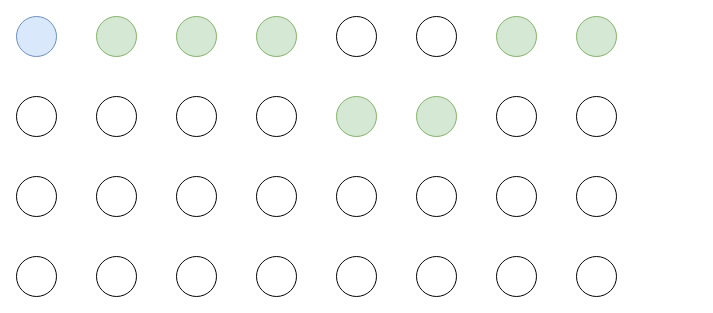
The draw.io diagram dag.drawio in asonnino/various-diagrams, before the edit. Source tidied: cells renumbered, new cells numbered last; positions are measured from the earlier drawing's top-left corner, leaving out a move shared by most shapes. Both pictures are drawn from the tidied source at 100%, with x=0, y=0 at pixel (16, 16).
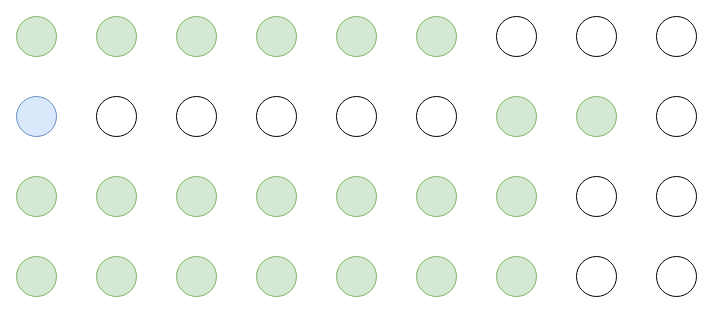
After the change.

Diff of the diagram source:
```diff
@@
-    <mxCell id="2" style="ellipse;whiteSpace=wrap;html=1;fillColor=#dae8fc;strokeColor=#6c8ebf;" parent="1" vertex="1">
+    <mxCell id="2" style="ellipse;whiteSpace=wrap;html=1;fillColor=#d5e8d4;strokeColor=#82b366;" parent="1" vertex="1">
       <mxGeometry width="40" height="40" as="geometry" />
     </mxCell>
-    <mxCell id="3" style="ellipse;whiteSpace=wrap;html=1;" parent="1" vertex="1">
+    <mxCell id="3" style="ellipse;whiteSpace=wrap;html=1;fillColor=#dae8fc;strokeColor=#6c8ebf;" parent="1" vertex="1">
       <mxGeometry y="80" width="40" height="40" as="geometry" />
     </mxCell>
-    <mxCell id="4" style="ellipse;whiteSpace=wrap;html=1;" parent="1" vertex="1">
+    <mxCell id="4" style="ellipse;whiteSpace=wrap;html=1;fillColor=#d5e8d4;strokeColor=#82b366;" parent="1" vertex="1">
       <mxGeometry y="160" width="40" height="40" as="geometry" />
     </mxCell>
-    <mxCell id="5" style="ellipse;whiteSpace=wrap;html=1;" parent="1" vertex="1">
+    <mxCell id="5" style="ellipse;whiteSpace=wrap;html=1;fillColor=#d5e8d4;strokeColor=#82b366;" parent="1" vertex="1">
       <mxGeometry y="240" width="40" height="40" as="geometry" />
     </mxCell>
@@
-    <mxCell id="8" style="ellipse;whiteSpace=wrap;html=1;" parent="1" vertex="1">
+    <mxCell id="8" style="ellipse;whiteSpace=wrap;html=1;fillColor=#d5e8d4;strokeColor=#82b366;" parent="1" vertex="1">
       <mxGeometry x="80" y="160" width="40" height="40" as="geometry" />
     </mxCell>
-    <mxCell id="9" style="ellipse;whiteSpace=wrap;html=1;" parent="1" vertex="1">
+    <mxCell id="9" style="ellipse;whiteSpace=wrap;html=1;fillColor=#d5e8d4;strokeColor=#82b366;" parent="1" vertex="1">
       <mxGeometry x="80" y="240" width="40" height="40" as="geometry" />
     </mxCell>
@@
-    <mxCell id="12" style="ellipse;whiteSpace=wrap;html=1;" parent="1" vertex="1">
+    <mxCell id="12" style="ellipse;whiteSpace=wrap;html=1;fillColor=#d5e8d4;strokeColor=#82b366;" parent="1" vertex="1">
       <mxGeometry x="160" y="160" width="40" height="40" as="geometry" />
     </mxCell>
-    <mxCell id="13" style="ellipse;whiteSpace=wrap;html=1;" parent="1" vertex="1">
+    <mxCell id="13" style="ellipse;whiteSpace=wrap;html=1;fillColor=#d5e8d4;strokeColor=#82b366;" parent="1" vertex="1">
       <mxGeometry x="160" y="240" width="40" height="40" as="geometry" />
     </mxCell>
@@
-    <mxCell id="16" style="ellipse;whiteSpace=wrap;html=1;" parent="1" vertex="1">
+    <mxCell id="16" style="ellipse;whiteSpace=wrap;html=1;fillColor=#d5e8d4;strokeColor=#82b366;" parent="1" vertex="1">
       <mxGeometry x="240" y="160" width="40" height="40" as="geometry" />
     </mxCell>
-    <mxCell id="17" style="ellipse;whiteSpace=wrap;html=1;" parent="1" vertex="1">
+    <mxCell id="17" style="ellipse;whiteSpace=wrap;html=1;fillColor=#d5e8d4;strokeColor=#82b366;" parent="1" vertex="1">
       <mxGeometry x="240" y="240" width="40" height="40" as="geometry" />
     </mxCell>
-    <mxCell id="18" style="ellipse;whiteSpace=wrap;html=1;" parent="1" vertex="1">
+    <mxCell id="18" style="ellipse;whiteSpace=wrap;html=1;fillColor=#d5e8d4;strokeColor=#82b366;" parent="1" vertex="1">
       <mxGeometry x="320" width="40" height="40" as="geometry" />
     </mxCell>
-    <mxCell id="19" style="ellipse;whiteSpace=wrap;html=1;fillColor=#d5e8d4;strokeColor=#82b366;" parent="1" vertex="1">
+    <mxCell id="19" style="ellipse;whiteSpace=wrap;html=1;" parent="1" vertex="1">
       <mxGeometry x="320" y="80" width="40" height="40" as="geometry" />
     </mxCell>
-    <mxCell id="20" style="ellipse;whiteSpace=wrap;html=1;" parent="1" vertex="1">
+    <mxCell id="20" style="ellipse;whiteSpace=wrap;html=1;fillColor=#d5e8d4;strokeColor=#82b366;" parent="1" vertex="1">
       <mxGeometry x="320" y="160" width="40" height="40" as="geometry" />
     </mxCell>
-    <mxCell id="21" style="ellipse;whiteSpace=wrap;html=1;" parent="1" vertex="1">
+    <mxCell id="21" style="ellipse;whiteSpace=wrap;html=1;fillColor=#d5e8d4;strokeColor=#82b366;" parent="1" vertex="1">
       <mxGeometry x="320" y="240" width="40" height="40" as="geometry" />
     </mxCell>
-    <mxCell id="22" style="ellipse;whiteSpace=wrap;html=1;" parent="1" vertex="1">
+    <mxCell id="22" style="ellipse;whiteSpace=wrap;html=1;fillColor=#d5e8d4;strokeColor=#82b366;" parent="1" vertex="1">
       <mxGeometry x="400" width="40" height="40" as="geometry" />
     </mxCell>
-    <mxCell id="23" style="ellipse;whiteSpace=wrap;html=1;fillColor=#d5e8d4;strokeColor=#82b366;" parent="1" vertex="1">
+    <mxCell id="23" style="ellipse;whiteSpace=wrap;html=1;" parent="1" vertex="1">
       <mxGeometry x="400" y="80" width="40" height="40" as="geometry" />
     </mxCell>
-    <mxCell id="24" style="ellipse;whiteSpace=wrap;html=1;" parent="1" vertex="1">
+    <mxCell id="24" style="ellipse;whiteSpace=wrap;html=1;fillColor=#d5e8d4;strokeColor=#82b366;" parent="1" vertex="1">
       <mxGeometry x="400" y="160" width="40" height="40" as="geometry" />
     </mxCell>
-    <mxCell id="25" style="ellipse;whiteSpace=wrap;html=1;" parent="1" vertex="1">
+    <mxCell id="25" style="ellipse;whiteSpace=wrap;html=1;fillColor=#d5e8d4;strokeColor=#82b366;" parent="1" vertex="1">
       <mxGeometry x="400" y="240" width="40" height="40" as="geometry" />
     </mxCell>
-    <mxCell id="26" style="ellipse;whiteSpace=wrap;html=1;fillColor=#d5e8d4;strokeColor=#82b366;" parent="1" vertex="1">
+    <mxCell id="26" style="ellipse;whiteSpace=wrap;html=1;" parent="1" vertex="1">
       <mxGeometry x="480" width="40" height="40" as="geometry" />
     </mxCell>
-    <mxCell id="27" style="ellipse;whiteSpace=wrap;html=1;" parent="1" vertex="1">
+    <mxCell id="27" style="ellipse;whiteSpace=wrap;html=1;fillColor=#d5e8d4;strokeColor=#82b366;" parent="1" vertex="1">
       <mxGeometry x="480" y="80" width="40" height="40" as="geometry" />
     </mxCell>
-    <mxCell id="28" style="ellipse;whiteSpace=wrap;html=1;" parent="1" vertex="1">
+    <mxCell id="28" style="ellipse;whiteSpace=wrap;html=1;fillColor=#d5e8d4;strokeColor=#82b366;" parent="1" vertex="1">
       <mxGeometry x="480" y="160" width="40" height="40" as="geometry" />
     </mxCell>
-    <mxCell id="29" style="ellipse;whiteSpace=wrap;html=1;" parent="1" vertex="1">
+    <mxCell id="29" style="ellipse;whiteSpace=wrap;html=1;fillColor=#d5e8d4;strokeColor=#82b366;" parent="1" vertex="1">
       <mxGeometry x="480" y="240" width="40" height="40" as="geometry" />
     </mxCell>
-    <mxCell id="30" style="ellipse;whiteSpace=wrap;html=1;fillColor=#d5e8d4;strokeColor=#82b366;" parent="1" vertex="1">
+    <mxCell id="30" style="ellipse;whiteSpace=wrap;html=1;" parent="1" vertex="1">
       <mxGeometry x="560" width="40" height="40" as="geometry" />
     </mxCell>
-    <mxCell id="31" style="ellipse;whiteSpace=wrap;html=1;" parent="1" vertex="1">
+    <mxCell id="31" style="ellipse;whiteSpace=wrap;html=1;fillColor=#d5e8d4;strokeColor=#82b366;" parent="1" vertex="1">
       <mxGeometry x="560" y="80" width="40" height="40" as="geometry" />
     </mxCell>
@@
+    <mxCell id="34" style="ellipse;whiteSpace=wrap;html=1;" parent="1" vertex="1">
+      <mxGeometry x="640" width="40" height="40" as="geometry" />
+    </mxCell>
+    <mxCell id="35" style="ellipse;whiteSpace=wrap;html=1;" parent="1" vertex="1">
+      <mxGeometry x="640" y="80" width="40" height="40" as="geometry" />
+    </mxCell>
+    <mxCell id="36" style="ellipse;whiteSpace=wrap;html=1;" parent="1" vertex="1">
+      <mxGeometry x="640" y="160" width="40" height="40" as="geometry" />
+    </mxCell>
+    <mxCell id="37" style="ellipse;whiteSpace=wrap;html=1;" parent="1" vertex="1">
+      <mxGeometry x="640" y="240" width="40" height="40" as="geometry" />
+    </mxCell>
```
